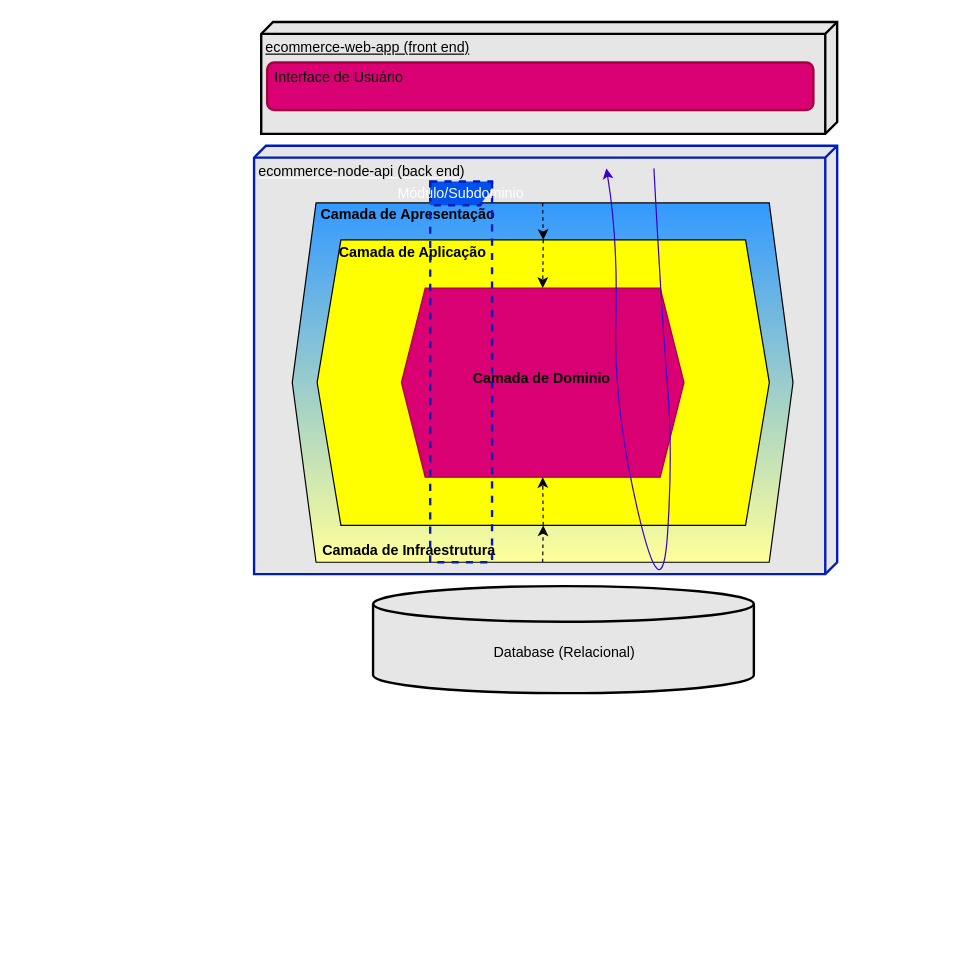
Earlier version of the draw.io diagram page "Arquitetura em Hexagonal" (2 of 2) of requirements/ecommerce-arquitetura.drawio (Rrodrigo2525/ecommerce-node-api). Source tidied: cells renumbered, new cells numbered last; positions are measured from the earlier drawing's top-left corner, leaving out a move shared by most shapes. Both pictures are drawn from the tidied source at 119%, with x=0, y=0 at pixel (189, 21).
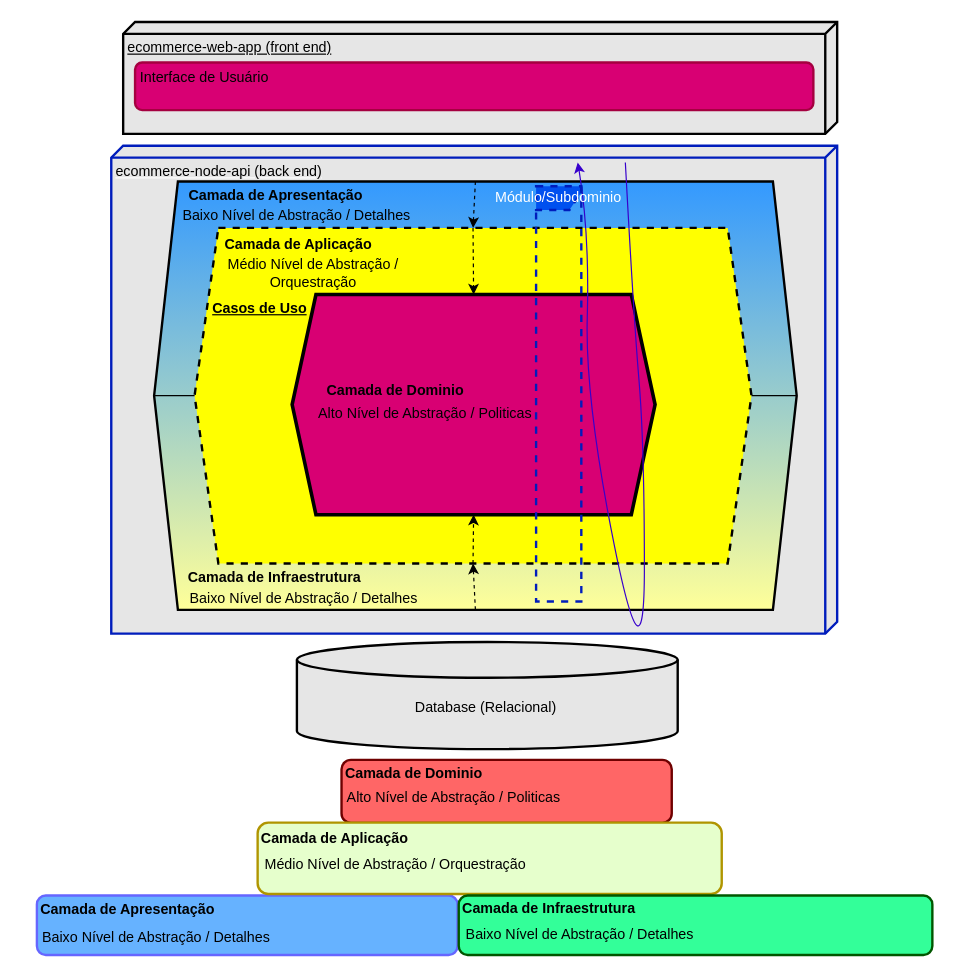
The same page after the edit.

What changed in the source:
```diff
@@
     <mxCell id="2" value="&lt;font color=&quot;#000000&quot;&gt;ecommerce-node-api (back end)&lt;/font&gt;" style="verticalAlign=top;align=left;spacingTop=8;spacingLeft=2;spacingRight=12;shape=cube;size=10;direction=south;fontStyle=4;html=1;strokeWidth=2;fillColor=#E6E6E6;fontColor=#ffffff;strokeColor=#001DBC;" parent="1" vertex="1">
-      <mxGeometry x="54" y="104" width="490" height="360" as="geometry" />
+      <mxGeometry x="-66" y="104" width="610" height="410" as="geometry" />
     </mxCell>
     <mxCell id="3" value="&lt;font color=&quot;#000000&quot;&gt;ecommerce-web-app (front end)&lt;/font&gt;" style="verticalAlign=top;align=left;spacingTop=8;spacingLeft=2;spacingRight=12;shape=cube;size=10;direction=south;fontStyle=4;html=1;strokeWidth=2;fillColor=#E6E6E6;" parent="1" vertex="1">
-      <mxGeometry x="60" width="484" height="94" as="geometry" />
+      <mxGeometry x="-56" width="600" height="94" as="geometry" />
     </mxCell>
     <mxCell id="4" style="shape=cylinder3;whiteSpace=wrap;html=1;boundedLbl=1;backgroundOutline=1;size=15;strokeWidth=2;fillColor=#E6E6E6;" parent="1" vertex="1">
-      <mxGeometry x="154" y="474" width="320" height="90" as="geometry" />
+      <mxGeometry x="90" y="521" width="320" height="90" as="geometry" />
     </mxCell>
     <mxCell id="5" value="Database (Relacional)" style="text;html=1;align=center;verticalAlign=middle;whiteSpace=wrap;rounded=0;strokeWidth=2;fontColor=#000000;" parent="1" vertex="1">
-      <mxGeometry x="200" y="490" width="230" height="80" as="geometry" />
+      <mxGeometry x="145.2" y="556" width="207.8" height="39" as="geometry" />
     </mxCell>
     <mxCell id="6" style="rounded=1;whiteSpace=wrap;html=1;strokeWidth=2;fillColor=#d80073;fontColor=#ffffff;strokeColor=#A50040;" parent="1" vertex="1">
-      <mxGeometry x="65" y="34" width="459" height="40" as="geometry" />
+      <mxGeometry x="-46" y="34" width="570" height="40" as="geometry" />
     </mxCell>
     <mxCell id="7" value="Interface de Usuário" style="text;html=1;strokeColor=none;fillColor=none;align=center;verticalAlign=middle;whiteSpace=wrap;rounded=0;strokeWidth=2;fontColor=#000000;" parent="1" vertex="1">
-      <mxGeometry y="23" width="251" height="48" as="geometry" />
+      <mxGeometry x="-76" y="31.5" width="177" height="31" as="geometry" />
     </mxCell>
+    <mxCell id="21" style="edgeStyle=none;html=1;exitX=0;exitY=0.5;exitDx=0;exitDy=0;entryX=0.031;entryY=0.482;entryDx=0;entryDy=0;entryPerimeter=0;" parent="1" edge="1" source="8" target="9">
+      <mxGeometry relative="1" as="geometry" />
+    </mxCell>
-    <mxCell id="8" style="shape=hexagon;perimeter=hexagonPerimeter2;whiteSpace=wrap;html=1;fixedSize=1;fontColor=#FFFF33;fillColor=#3399FF;gradientColor=#FFFF99;strokeColor=default;gradientDirection=south;" parent="1" vertex="1">
-      <mxGeometry x="86.1" y="152" width="420.8" height="302" as="geometry" />
+    <mxCell id="8" style="shape=hexagon;perimeter=hexagonPerimeter2;whiteSpace=wrap;html=1;fixedSize=1;fontColor=#FFFF33;fillColor=#3399FF;gradientColor=#FFFF99;strokeColor=#000000;gradientDirection=south;strokeWidth=2;" parent="1" vertex="1">
+      <mxGeometry x="-30" y="134" width="540" height="360" as="geometry" />
     </mxCell>
-    <mxCell id="9" style="shape=hexagon;perimeter=hexagonPerimeter2;whiteSpace=wrap;html=1;fixedSize=1;fontColor=#000000;fillColor=#FFFF00;" parent="1" vertex="1">
-      <mxGeometry x="107" y="183" width="380" height="240" as="geometry" />
+    <mxCell id="9" style="shape=hexagon;perimeter=hexagonPerimeter2;whiteSpace=wrap;html=1;fixedSize=1;fontColor=#000000;fillColor=#FFFF00;strokeWidth=2;strokeColor=#000000;dashed=1;" parent="1" vertex="1">
+      <mxGeometry x="4" y="173" width="468" height="282" as="geometry" />
     </mxCell>
-    <mxCell id="10" style="shape=hexagon;perimeter=hexagonPerimeter2;whiteSpace=wrap;html=1;fixedSize=1;fillColor=#d80073;fontColor=#ffffff;strokeColor=#A50040;" parent="1" vertex="1">
-      <mxGeometry x="177.8" y="223.5" width="237.5" height="159" as="geometry" />
+    <mxCell id="10" style="shape=hexagon;perimeter=hexagonPerimeter2;whiteSpace=wrap;html=1;fixedSize=1;fillColor=#d80073;fontColor=#ffffff;strokeColor=#000000;strokeWidth=3;" parent="1" vertex="1">
+      <mxGeometry x="86" y="229" width="305" height="185" as="geometry" />
     </mxCell>
     <mxCell id="11" value="Camada de Dominio" style="text;html=1;strokeColor=none;fillColor=none;align=center;verticalAlign=middle;whiteSpace=wrap;rounded=0;fontColor=#000000;fontStyle=1;" parent="1" vertex="1">
-      <mxGeometry x="216.2" y="280" width="160" height="40" as="geometry" />
+      <mxGeometry x="93.2" y="290" width="160" height="40" as="geometry" />
     </mxCell>
     <mxCell id="12" value="Camada de Aplicação&lt;br&gt;" style="text;html=1;strokeColor=none;fillColor=none;align=center;verticalAlign=middle;whiteSpace=wrap;rounded=0;fontColor=#000000;fontStyle=1;" parent="1" vertex="1">
-      <mxGeometry x="110" y="179" width="155" height="30" as="geometry" />
+      <mxGeometry x="14" y="172" width="155" height="30" as="geometry" />
     </mxCell>
     <mxCell id="13" value="Camada de Apresentação" style="text;html=1;strokeColor=none;fillColor=none;align=center;verticalAlign=middle;whiteSpace=wrap;rounded=0;fontColor=#000000;fontStyle=1;" parent="1" vertex="1">
-      <mxGeometry x="101" y="149" width="165" height="26" as="geometry" />
+      <mxGeometry x="-10" y="133" width="165" height="26" as="geometry" />
     </mxCell>
     <mxCell id="14" value="Camada de Infraestrutura" style="text;html=1;strokeColor=none;fillColor=none;align=center;verticalAlign=middle;whiteSpace=wrap;rounded=0;fontColor=#000000;fontStyle=1;" parent="1" vertex="1">
-      <mxGeometry x="102" y="434" width="165" height="20" as="geometry" />
+      <mxGeometry x="-11" y="457" width="165" height="20" as="geometry" />
     </mxCell>
@@
     <mxCell id="19" style="curved=1;endArrow=classic;html=1;fillColor=#6a00ff;strokeColor=#3700CC;" parent="1" edge="1">
       <mxGeometry relative="1" as="geometry">
-        <mxPoint x="390" y="123" as="sourcePoint" />
-        <mxPoint x="350" y="123" as="targetPoint" />
+        <mxPoint x="366" y="118" as="sourcePoint" />
+        <mxPoint x="326" y="118" as="targetPoint" />
         <Array as="points">
-          <mxPoint x="397" y="253" />
-          <mxPoint x="406" y="360" />
-          <mxPoint x="397" y="499" />
-          <mxPoint x="356" y="323" />
-          <mxPoint x="360" y="183" />
+          <mxPoint x="373" y="248" />
+          <mxPoint x="382" y="355" />
+          <mxPoint x="382" y="564" />
+          <mxPoint x="332" y="318" />
+          <mxPoint x="336" y="178" />
         </Array>
       </mxGeometry>
     </mxCell>
+    <mxCell id="22" value="Alto Nível de Abstração / Politicas" style="text;html=1;align=center;verticalAlign=middle;whiteSpace=wrap;rounded=0;strokeWidth=2;fontColor=#000000;" parent="1" vertex="1">
+      <mxGeometry x="105.8" y="318" width="184.2" height="22.5" as="geometry" />
+    </mxCell>
+    <mxCell id="23" value="Médio Nível de Abstração / Orquestração" style="text;html=1;align=center;verticalAlign=middle;whiteSpace=wrap;rounded=0;strokeWidth=2;fontColor=#000000;fontStyle=0;" parent="1" vertex="1">
+      <mxGeometry x="-6" y="201" width="220" height="19" as="geometry" />
+    </mxCell>
+    <mxCell id="24" value="Baixo Nível de Abstração / Detalhes" style="text;html=1;align=center;verticalAlign=middle;whiteSpace=wrap;rounded=0;strokeWidth=2;fontColor=#000000;" parent="1" vertex="1">
+      <mxGeometry x="-10" y="472" width="212" height="26" as="geometry" />
+    </mxCell>
+    <mxCell id="25" value="Baixo Nível de Abstração / Detalhes" style="text;html=1;align=center;verticalAlign=middle;whiteSpace=wrap;rounded=0;strokeWidth=2;fontColor=#000000;" parent="1" vertex="1">
+      <mxGeometry x="-16" y="150" width="212" height="26" as="geometry" />
+    </mxCell>
+    <mxCell id="26" style="edgeStyle=none;html=1;exitX=0;exitY=0.5;exitDx=0;exitDy=0;entryX=0;entryY=0.5;entryDx=0;entryDy=0;strokeColor=#000000;startArrow=none;startFill=0;endArrow=none;endFill=0;" parent="1" edge="1" source="8" target="9">
+      <mxGeometry relative="1" as="geometry" />
+    </mxCell>
+    <mxCell id="27" style="edgeStyle=none;html=1;exitX=1;exitY=0.5;exitDx=0;exitDy=0;entryX=1;entryY=0.5;entryDx=0;entryDy=0;strokeColor=#000000;startArrow=none;startFill=0;endArrow=none;endFill=0;" parent="1" edge="1" source="8" target="9">
+      <mxGeometry relative="1" as="geometry" />
+    </mxCell>
+    <mxCell id="28" value="Casos de Uso" style="text;html=1;align=center;verticalAlign=middle;whiteSpace=wrap;rounded=0;strokeWidth=2;fontColor=#000000;fontStyle=5;" parent="1" vertex="1">
+      <mxGeometry x="6" y="234" width="106" height="14" as="geometry" />
+    </mxCell>
+    <mxCell id="29" style="rounded=1;whiteSpace=wrap;html=1;strokeWidth=2;fillColor=#66B2FF;fontColor=#ffffff;strokeColor=#6666FF;" parent="1" vertex="1">
+      <mxGeometry x="-128.5" y="734" width="353.5" height="50" as="geometry" />
+    </mxCell>
+    <mxCell id="30" value="Camada de Apresentação" style="text;html=1;align=center;verticalAlign=middle;whiteSpace=wrap;rounded=0;strokeWidth=2;fontColor=#000000;fontStyle=1;" parent="1" vertex="1">
+      <mxGeometry x="-142" y="726" width="180" height="40" as="geometry" />
+    </mxCell>
+    <mxCell id="31" value="Baixo Nível de Abstração / Detalhes" style="text;html=1;align=center;verticalAlign=middle;whiteSpace=wrap;rounded=0;strokeWidth=2;fontColor=#000000;" parent="1" vertex="1">
+      <mxGeometry x="-134.5" y="757" width="212" height="26" as="geometry" />
+    </mxCell>
+    <mxCell id="32" style="rounded=1;whiteSpace=wrap;html=1;strokeWidth=2;fillColor=#FF6666;fontColor=#ffffff;strokeColor=#6F0000;" parent="1" vertex="1">
+      <mxGeometry x="127.5" y="620" width="277.5" height="53" as="geometry" />
+    </mxCell>
+    <mxCell id="33" value="Camada de Dominio" style="text;html=1;strokeColor=none;fillColor=none;align=center;verticalAlign=middle;whiteSpace=wrap;rounded=0;strokeWidth=2;fontColor=#000000;fontStyle=1;" parent="1" vertex="1">
+      <mxGeometry x="114" y="622" width="148.5" height="19" as="geometry" />
+    </mxCell>
+    <mxCell id="34" value="Alto Nível de Abstração / Politicas" style="text;html=1;align=center;verticalAlign=middle;whiteSpace=wrap;rounded=0;strokeWidth=2;fontColor=#000000;" parent="1" vertex="1">
+      <mxGeometry x="128" y="641.2" width="188" height="22.5" as="geometry" />
+    </mxCell>
+    <mxCell id="35" style="rounded=1;whiteSpace=wrap;html=1;strokeWidth=2;fillColor=#E6FFCC;fontColor=#000000;strokeColor=#B09500;" parent="1" vertex="1">
+      <mxGeometry x="57" y="672.8" width="390" height="60" as="geometry" />
+    </mxCell>
+    <mxCell id="36" value="Camada de Aplicação" style="text;html=1;align=center;verticalAlign=middle;whiteSpace=wrap;rounded=0;strokeWidth=2;fontColor=#000000;fontStyle=1;" parent="1" vertex="1">
+      <mxGeometry x="32" y="665.8" width="180" height="40" as="geometry" />
+    </mxCell>
+    <mxCell id="37" value="Médio Nível de Abstração / Orquestração" style="text;html=1;align=center;verticalAlign=middle;whiteSpace=wrap;rounded=0;strokeWidth=2;fontColor=#000000;" parent="1" vertex="1">
+      <mxGeometry x="56.5" y="688.2" width="231.5" height="40" as="geometry" />
+    </mxCell>
+    <mxCell id="38" style="rounded=1;whiteSpace=wrap;html=1;strokeWidth=2;fillColor=#33FF99;fontColor=#ffffff;strokeColor=#005700;" parent="1" vertex="1">
+      <mxGeometry x="226" y="734" width="398" height="50" as="geometry" />
+    </mxCell>
+    <mxCell id="39" value="Camada de Infraestrutura" style="text;html=1;strokeColor=none;fillColor=none;align=center;verticalAlign=middle;whiteSpace=wrap;rounded=0;strokeWidth=2;fontColor=#000000;fontStyle=1;" parent="1" vertex="1">
+      <mxGeometry x="217" y="719.5" width="170" height="50" as="geometry" />
+    </mxCell>
+    <mxCell id="40" value="Baixo Nível de Abstração / Detalhes" style="text;html=1;align=center;verticalAlign=middle;whiteSpace=wrap;rounded=0;strokeWidth=2;fontColor=#000000;" parent="1" vertex="1">
+      <mxGeometry x="222" y="753.5" width="212" height="26" as="geometry" />
+    </mxCell>
     <mxCell id="20" value="Módulo/Subdominio" style="shape=umlFrame;whiteSpace=wrap;html=1;strokeWidth=2;fontColor=#ffffff;fillColor=#0050ef;strokeColor=#001DBC;dashed=1;width=110;height=20;" parent="1" vertex="1">
-      <mxGeometry x="202" y="134" width="52" height="320" as="geometry" />
+      <mxGeometry x="291" y="138" width="38" height="349" as="geometry" />
     </mxCell>
```
